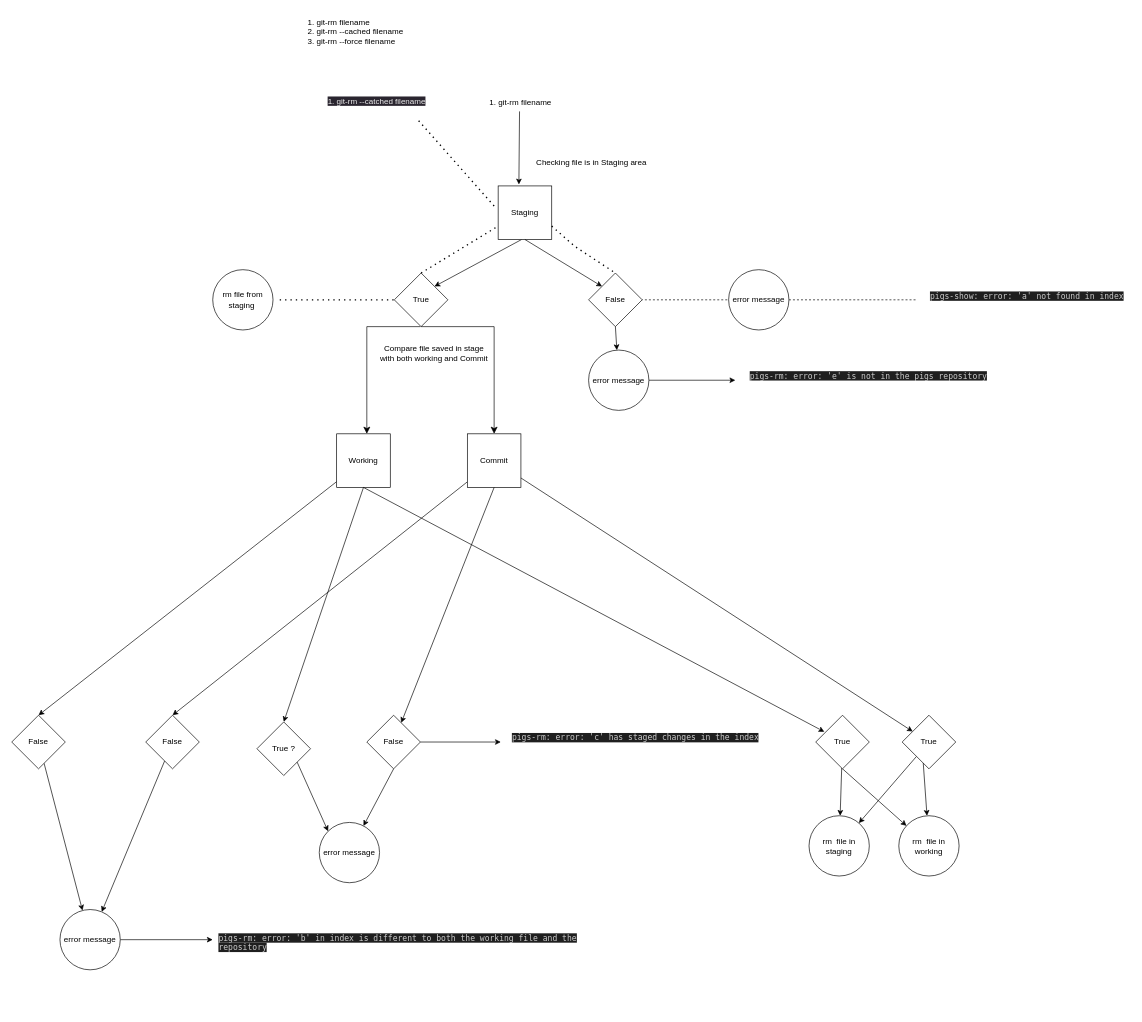
Earlier version of the draw.io diagram pigs-rm notes/git-rm_summarize.dio (r9young/Assignment_1_pigs-add). Source tidied: cells renumbered, new cells numbered last; positions are measured from the earlier drawing's top-left corner, leaving out a move shared by most shapes. Both pictures are drawn from the tidied source at 67%, with x=0, y=0 at pixel (11, 11).
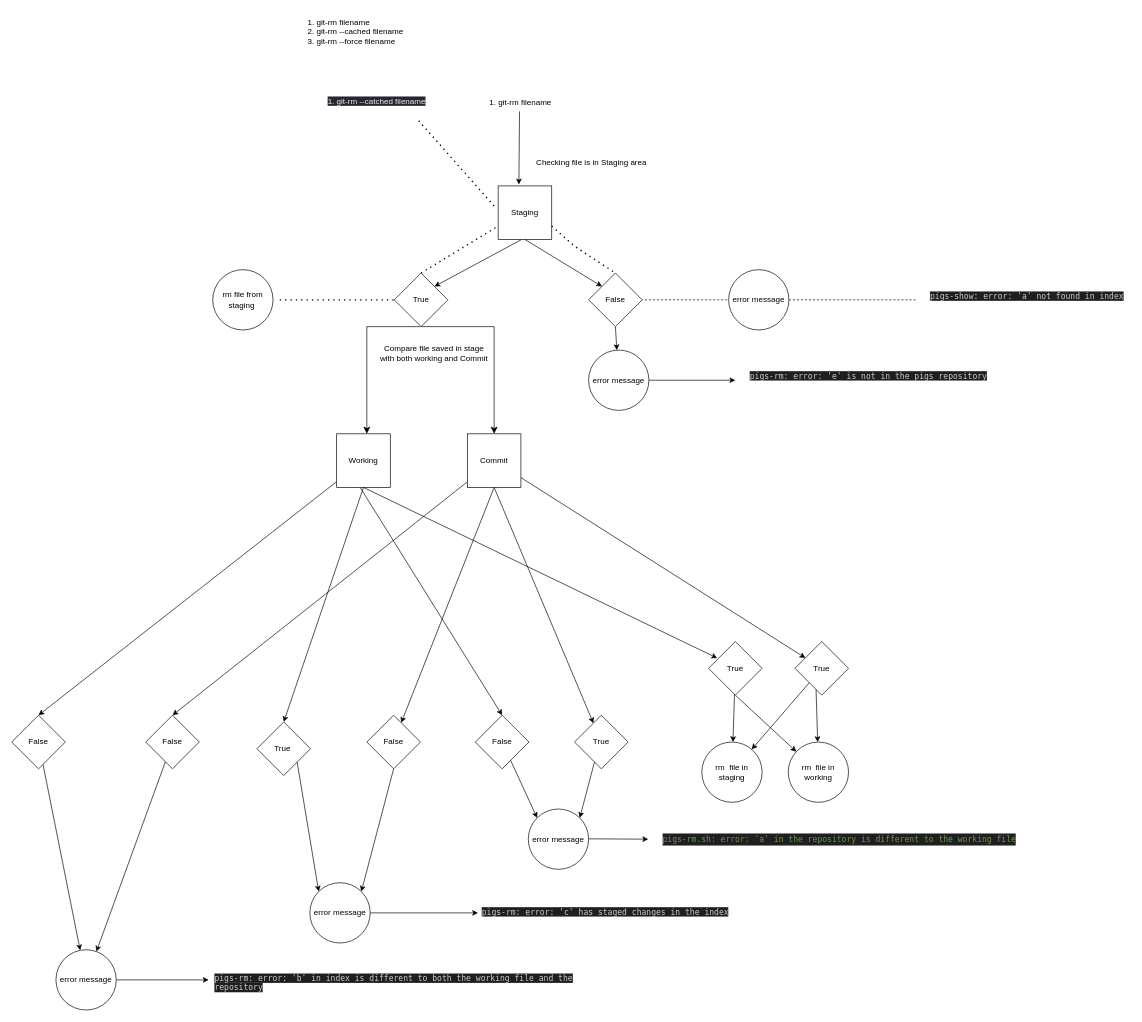
After the change.

The change refers to these unchanged cells:
```xml
<mxCell id="10" value="Commit" style="whiteSpace=wrap;html=1;" parent="1" vertex="1">
  <mxGeometry x="680" y="630" width="80" height="80" as="geometry" />
</mxCell>
<mxCell id="31" value="False" style="rhombus;whiteSpace=wrap;html=1;" parent="1" vertex="1">
  <mxGeometry x="530" y="1050" width="80" height="80" as="geometry" />
</mxCell>
```

What changed in the source:
```diff
@@
     <mxCell id="26" style="edgeStyle=none;html=1;" parent="1" edge="1" source="27">
       <mxGeometry relative="1" as="geometry">
-        <mxPoint x="300" y="1385" as="targetPoint" />
+        <mxPoint x="294" y="1445" as="targetPoint" />
       </mxGeometry>
     </mxCell>
     <mxCell id="27" value="error message" style="ellipse;whiteSpace=wrap;html=1;" parent="1" vertex="1">
-      <mxGeometry x="72" y="1340" width="90" height="90" as="geometry" />
+      <mxGeometry x="66" y="1400" width="90" height="90" as="geometry" />
     </mxCell>
     <mxCell id="28" value="&lt;span style=&quot;color: rgb(204, 204, 204); font-family: Menlo, Monaco, &amp;quot;Courier New&amp;quot;, monospace; background-color: rgb(31, 31, 31);&quot;&gt;pigs-rm: error: 'b' in index is different to both the working file and the repository&lt;/span&gt;" style="text;whiteSpace=wrap;html=1;" parent="1" vertex="1">
-      <mxGeometry x="307" y="1369" width="560" height="50" as="geometry" />
+      <mxGeometry x="301" y="1429" width="560" height="50" as="geometry" />
     </mxCell>
-    <mxCell id="29" value="True ?" style="rhombus;whiteSpace=wrap;html=1;" parent="1" vertex="1">
+    <mxCell id="29" value="True&amp;nbsp;" style="rhombus;whiteSpace=wrap;html=1;" parent="1" vertex="1">
       <mxGeometry x="366" y="1060" width="80" height="80" as="geometry" />
     </mxCell>
-    <mxCell id="30" style="edgeStyle=none;html=1;entryX=0;entryY=0.25;entryDx=0;entryDy=0;" parent="1" edge="1" source="31">
+    <mxCell id="30" style="edgeStyle=none;html=1;exitX=1;exitY=0.5;exitDx=0;exitDy=0;" parent="1" edge="1" source="34">
       <mxGeometry relative="1" as="geometry">
-        <mxPoint x="730" y="1090" as="targetPoint" />
+        <mxPoint x="696" y="1345" as="targetPoint" />
       </mxGeometry>
     </mxCell>
@@
     <mxCell id="34" value="error message" style="ellipse;whiteSpace=wrap;html=1;" parent="1" vertex="1">
-      <mxGeometry x="459" y="1210" width="90" height="90" as="geometry" />
+      <mxGeometry x="445" y="1300" width="90" height="90" as="geometry" />
     </mxCell>
@@
-    <mxCell id="36" style="edgeStyle=none;html=1;exitX=0.5;exitY=1;exitDx=0;exitDy=0;" parent="1" edge="1" source="31" target="34">
+    <mxCell id="36" style="edgeStyle=none;html=1;exitX=0.5;exitY=1;exitDx=0;exitDy=0;entryX=1;entryY=0;entryDx=0;entryDy=0;" parent="1" edge="1" source="31" target="34">
       <mxGeometry relative="1" as="geometry" />
     </mxCell>
     <mxCell id="37" value="&lt;span style=&quot;color: rgb(204, 204, 204); font-family: Menlo, Monaco, &amp;quot;Courier New&amp;quot;, monospace; font-size: 12px; font-style: normal; font-variant-ligatures: normal; font-variant-caps: normal; font-weight: 400; letter-spacing: normal; orphans: 2; text-align: center; text-indent: 0px; text-transform: none; widows: 2; word-spacing: 0px; -webkit-text-stroke-width: 0px; background-color: rgb(31, 31, 31); text-decoration-thickness: initial; text-decoration-style: initial; text-decoration-color: initial; float: none; display: inline !important;&quot;&gt;pigs-rm: error: 'c' has staged changes in the index&lt;/span&gt;" style="text;whiteSpace=wrap;html=1;" parent="1" vertex="1">
-      <mxGeometry x="745" y="1070" width="400" height="40" as="geometry" />
+      <mxGeometry x="700" y="1330" width="400" height="40" as="geometry" />
     </mxCell>
@@
     <mxCell id="39" value="True" style="rhombus;whiteSpace=wrap;html=1;" parent="1" vertex="1">
-      <mxGeometry x="1200" y="1050" width="80" height="80" as="geometry" />
+      <mxGeometry x="1040" y="940" width="80" height="80" as="geometry" />
     </mxCell>
@@
     <mxCell id="41" value="True" style="rhombus;whiteSpace=wrap;html=1;" parent="1" vertex="1">
-      <mxGeometry x="1329" y="1050" width="80" height="80" as="geometry" />
+      <mxGeometry x="1169" y="940" width="80" height="80" as="geometry" />
     </mxCell>
@@
     <mxCell id="44" value="rm&amp;nbsp; file in staging" style="ellipse;whiteSpace=wrap;html=1;" parent="1" vertex="1">
-      <mxGeometry x="1190" y="1200" width="90" height="90" as="geometry" />
+      <mxGeometry x="1030" y="1090" width="90" height="90" as="geometry" />
     </mxCell>
@@
     <mxCell id="55" value="rm&amp;nbsp; file in working" style="ellipse;whiteSpace=wrap;html=1;" parent="1" vertex="1">
-      <mxGeometry x="1324" y="1200" width="90" height="90" as="geometry" />
+      <mxGeometry x="1159" y="1090" width="90" height="90" as="geometry" />
     </mxCell>
@@
     <mxCell id="57" style="edgeStyle=none;html=1;" parent="1" edge="1" target="55">
       <mxGeometry relative="1" as="geometry">
-        <mxPoint x="1360.5" y="1121.5" as="sourcePoint" />
+        <mxPoint x="1200.5" y="1011.5" as="sourcePoint" />
       </mxGeometry>
     </mxCell>
+    <mxCell id="58" value="False" style="rhombus;whiteSpace=wrap;html=1;" parent="1" vertex="1">
+      <mxGeometry x="692" y="1050" width="80" height="80" as="geometry" />
+    </mxCell>
+    <mxCell id="59" value="True" style="rhombus;whiteSpace=wrap;html=1;" parent="1" vertex="1">
+      <mxGeometry x="840" y="1050" width="80" height="80" as="geometry" />
+    </mxCell>
+    <mxCell id="60" style="endArrow=classic;html=1;entryX=0.5;entryY=0;entryDx=0;entryDy=0;" parent="1" edge="1" target="58">
+      <mxGeometry relative="1" as="geometry">
+        <mxPoint x="520" y="710" as="sourcePoint" />
+      </mxGeometry>
+    </mxCell>
+    <mxCell id="61" style="endArrow=classic;html=1;exitX=0.5;exitY=1;exitDx=0;exitDy=0;" parent="1" edge="1" source="10" target="59">
+      <mxGeometry relative="1" as="geometry" />
+    </mxCell>
+    <mxCell id="62" value="error message" style="ellipse;whiteSpace=wrap;html=1;" parent="1" vertex="1">
+      <mxGeometry x="771" y="1190" width="90" height="90" as="geometry" />
+    </mxCell>
+    <mxCell id="63" style="edgeStyle=none;html=1;entryX=1;entryY=0;entryDx=0;entryDy=0;exitX=0.372;exitY=0.874;exitDx=0;exitDy=0;exitPerimeter=0;" parent="1" edge="1" source="59" target="62">
+      <mxGeometry relative="1" as="geometry" />
+    </mxCell>
+    <mxCell id="64" style="edgeStyle=none;html=1;entryX=0;entryY=0;entryDx=0;entryDy=0;" parent="1" edge="1" source="58" target="62">
+      <mxGeometry relative="1" as="geometry" />
+    </mxCell>
+    <mxCell id="65" style="edgeStyle=none;html=1;exitX=1;exitY=0.5;exitDx=0;exitDy=0;" parent="1" edge="1">
+      <mxGeometry relative="1" as="geometry">
+        <mxPoint x="861" y="1234.5" as="sourcePoint" />
+        <mxPoint x="950" y="1235" as="targetPoint" />
+      </mxGeometry>
+    </mxCell>
+    <mxCell id="66" value="&lt;div style=&quot;color: rgb(204, 204, 204); background-color: rgb(31, 31, 31); font-family: Menlo, Monaco, &amp;quot;Courier New&amp;quot;, monospace; line-height: 18px;&quot;&gt;&lt;div&gt;&lt;span style=&quot;color: #6a9955;&quot;&gt;pigs-rm.sh: error: 'a' in the repository is different to the working file&lt;/span&gt;&lt;/div&gt;&lt;div&gt;&lt;span style=&quot;color: #6a9955;&quot;&gt;&lt;/span&gt;&lt;/div&gt;&lt;/div&gt;" style="text;html=1;align=center;verticalAlign=middle;strokeColor=none;fillColor=none;" parent="1" vertex="1">
+      <mxGeometry x="960" y="1220" width="550" height="30" as="geometry" />
+    </mxCell>
```
